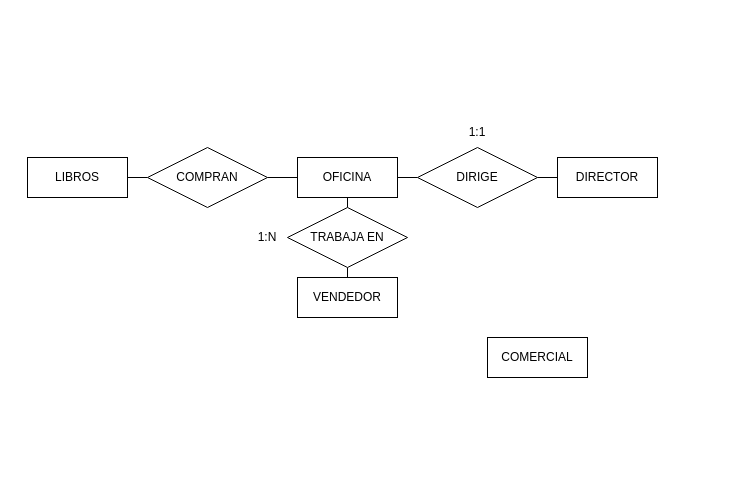
Above: Ejercicio5_Tema1.drawio in antonionavarro04/diagramas (draw.io), before the change. Source tidied: cells renumbered, new cells numbered last; positions are measured from the earlier drawing's top-left corner, leaving out a move shared by most shapes. Both pictures are drawn from the tidied source at 100%, with x=0, y=0 at pixel (27, 117).
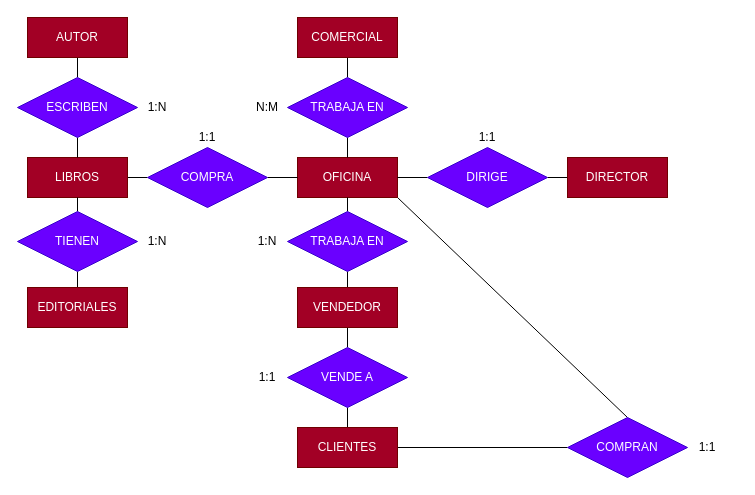
Above is the later version.

Change to the diagram source:
```diff
@@
+    <mxCell id="18" style="edgeStyle=none;rounded=0;jettySize=auto;html=1;exitX=1;exitY=1;exitDx=0;exitDy=0;entryX=0.5;entryY=0;entryDx=0;entryDy=0;endArrow=none;endFill=0;" parent="1" edge="1" source="2" target="40">
+      <mxGeometry relative="1" as="geometry" />
+    </mxCell>
-    <mxCell id="2" value="OFICINA" style="whiteSpace=wrap;html=1;align=center;" parent="1" vertex="1">
+    <mxCell id="2" value="OFICINA" style="whiteSpace=wrap;html=1;align=center;fillColor=#a20025;fontColor=#ffffff;strokeColor=#6F0000;" parent="1" vertex="1">
       <mxGeometry x="270" y="40" width="100" height="40" as="geometry" />
     </mxCell>
+    <mxCell id="19" style="edgeStyle=orthogonalEdgeStyle;rounded=0;jettySize=auto;html=1;exitX=0.5;exitY=1;exitDx=0;exitDy=0;entryX=0.5;entryY=0;entryDx=0;entryDy=0;endArrow=none;endFill=0;" parent="1" edge="1" source="3" target="30">
+      <mxGeometry relative="1" as="geometry" />
+    </mxCell>
-    <mxCell id="3" value="COMERCIAL" style="whiteSpace=wrap;html=1;align=center;" parent="1" vertex="1">
-      <mxGeometry x="460" y="220" width="100" height="40" as="geometry" />
+    <mxCell id="3" value="COMERCIAL" style="whiteSpace=wrap;html=1;align=center;fillColor=#a20025;fontColor=#ffffff;strokeColor=#6F0000;" parent="1" vertex="1">
+      <mxGeometry x="270" y="-100" width="100" height="40" as="geometry" />
     </mxCell>
@@
-    <mxCell id="5" value="DIRECTOR" style="whiteSpace=wrap;html=1;align=center;" parent="1" vertex="1">
-      <mxGeometry x="530" y="40" width="100" height="40" as="geometry" />
+    <mxCell id="5" value="DIRECTOR" style="whiteSpace=wrap;html=1;align=center;fillColor=#a20025;fontColor=#ffffff;strokeColor=#6F0000;" parent="1" vertex="1">
+      <mxGeometry x="540" y="40" width="100" height="40" as="geometry" />
     </mxCell>
@@
+    <mxCell id="20" style="edgeStyle=orthogonalEdgeStyle;rounded=0;jettySize=auto;html=1;exitX=0.5;exitY=1;exitDx=0;exitDy=0;entryX=0.5;entryY=0;entryDx=0;entryDy=0;endArrow=none;endFill=0;" parent="1" edge="1" source="7" target="26">
+      <mxGeometry relative="1" as="geometry" />
+    </mxCell>
-    <mxCell id="7" value="VENDEDOR" style="whiteSpace=wrap;html=1;align=center;" parent="1" vertex="1">
-      <mxGeometry x="270" y="160" width="100" height="40" as="geometry" />
+    <mxCell id="7" value="VENDEDOR" style="whiteSpace=wrap;html=1;align=center;fillColor=#a20025;fontColor=#ffffff;strokeColor=#6F0000;" parent="1" vertex="1">
+      <mxGeometry x="270" y="170" width="100" height="40" as="geometry" />
     </mxCell>
@@
-    <mxCell id="9" value="DIRIGE" style="shape=rhombus;perimeter=rhombusPerimeter;whiteSpace=wrap;html=1;align=center;" parent="1" vertex="1">
-      <mxGeometry x="390" y="30" width="120" height="60" as="geometry" />
+    <mxCell id="9" value="DIRIGE" style="shape=rhombus;perimeter=rhombusPerimeter;whiteSpace=wrap;html=1;align=center;fillColor=#6a00ff;fontColor=#ffffff;strokeColor=#3700CC;" parent="1" vertex="1">
+      <mxGeometry x="400" y="30" width="120" height="60" as="geometry" />
     </mxCell>
     <mxCell id="10" value="1:1" style="text;html=1;strokeColor=none;fillColor=none;align=center;verticalAlign=middle;whiteSpace=wrap;rounded=0;" parent="1" vertex="1">
-      <mxGeometry x="420" width="60" height="30" as="geometry" />
+      <mxGeometry x="430" y="5" width="60" height="30" as="geometry" />
     </mxCell>
@@
-    <mxCell id="12" value="TRABAJA EN" style="shape=rhombus;perimeter=rhombusPerimeter;whiteSpace=wrap;html=1;align=center;" parent="1" vertex="1">
-      <mxGeometry x="260" y="90" width="120" height="60" as="geometry" />
+    <mxCell id="12" value="TRABAJA EN" style="shape=rhombus;perimeter=rhombusPerimeter;whiteSpace=wrap;html=1;align=center;fillColor=#6a00ff;fontColor=#ffffff;strokeColor=#3700CC;" parent="1" vertex="1">
+      <mxGeometry x="260" y="94" width="120" height="60" as="geometry" />
     </mxCell>
     <mxCell id="13" value="1:N" style="text;html=1;strokeColor=none;fillColor=none;align=center;verticalAlign=middle;whiteSpace=wrap;rounded=0;" parent="1" vertex="1">
-      <mxGeometry x="210" y="105" width="60" height="30" as="geometry" />
+      <mxGeometry x="210" y="109" width="60" height="30" as="geometry" />
     </mxCell>
@@
-    <mxCell id="15" value="LIBROS" style="whiteSpace=wrap;html=1;align=center;" parent="1" vertex="1">
+    <mxCell id="15" value="LIBROS" style="whiteSpace=wrap;html=1;align=center;fillColor=#a20025;fontColor=#ffffff;strokeColor=#6F0000;" parent="1" vertex="1">
       <mxGeometry y="40" width="100" height="40" as="geometry" />
     </mxCell>
@@
-    <mxCell id="17" value="COMPRAN" style="shape=rhombus;perimeter=rhombusPerimeter;whiteSpace=wrap;html=1;align=center;" parent="1" vertex="1">
+    <mxCell id="17" value="COMPRA" style="shape=rhombus;perimeter=rhombusPerimeter;whiteSpace=wrap;html=1;align=center;fillColor=#6a00ff;fontColor=#ffffff;strokeColor=#3700CC;" parent="1" vertex="1">
       <mxGeometry x="120" y="30" width="120" height="60" as="geometry" />
     </mxCell>
+    <mxCell id="21" style="edgeStyle=orthogonalEdgeStyle;rounded=0;jettySize=auto;html=1;exitX=0.5;exitY=0;exitDx=0;exitDy=0;entryX=0.5;entryY=1;entryDx=0;entryDy=0;endArrow=none;endFill=0;" parent="1" edge="1" source="22" target="24">
+      <mxGeometry relative="1" as="geometry" />
+    </mxCell>
+    <mxCell id="22" value="EDITORIALES" style="whiteSpace=wrap;html=1;align=center;fillColor=#a20025;fontColor=#ffffff;strokeColor=#6F0000;" parent="1" vertex="1">
+      <mxGeometry y="170" width="100" height="40" as="geometry" />
+    </mxCell>
+    <mxCell id="23" style="edgeStyle=orthogonalEdgeStyle;rounded=0;jettySize=auto;html=1;exitX=0.5;exitY=0;exitDx=0;exitDy=0;entryX=0.5;entryY=1;entryDx=0;entryDy=0;endArrow=none;endFill=0;" parent="1" edge="1" source="24" target="15">
+      <mxGeometry relative="1" as="geometry" />
+    </mxCell>
+    <mxCell id="24" value="TIENEN" style="shape=rhombus;perimeter=rhombusPerimeter;whiteSpace=wrap;html=1;align=center;fillColor=#6a00ff;fontColor=#ffffff;strokeColor=#3700CC;" parent="1" vertex="1">
+      <mxGeometry x="-10" y="94" width="120" height="60" as="geometry" />
+    </mxCell>
+    <mxCell id="25" style="edgeStyle=orthogonalEdgeStyle;rounded=0;jettySize=auto;html=1;exitX=0.5;exitY=1;exitDx=0;exitDy=0;entryX=0.5;entryY=0;entryDx=0;entryDy=0;endArrow=none;endFill=0;" parent="1" edge="1" source="26" target="28">
+      <mxGeometry relative="1" as="geometry" />
+    </mxCell>
+    <mxCell id="26" value="VENDE A" style="shape=rhombus;perimeter=rhombusPerimeter;whiteSpace=wrap;html=1;align=center;fillColor=#6a00ff;fontColor=#ffffff;strokeColor=#3700CC;" parent="1" vertex="1">
+      <mxGeometry x="260" y="230" width="120" height="60" as="geometry" />
+    </mxCell>
+    <mxCell id="27" style="edgeStyle=none;rounded=0;jettySize=auto;html=1;exitX=1;exitY=0.5;exitDx=0;exitDy=0;entryX=0;entryY=0.5;entryDx=0;entryDy=0;endArrow=none;endFill=0;" parent="1" edge="1" source="28" target="40">
+      <mxGeometry relative="1" as="geometry" />
+    </mxCell>
+    <mxCell id="28" value="CLIENTES" style="whiteSpace=wrap;html=1;align=center;fillColor=#a20025;fontColor=#ffffff;strokeColor=#6F0000;" parent="1" vertex="1">
+      <mxGeometry x="270" y="310" width="100" height="40" as="geometry" />
+    </mxCell>
+    <mxCell id="29" style="edgeStyle=orthogonalEdgeStyle;rounded=0;jettySize=auto;html=1;exitX=0.5;exitY=1;exitDx=0;exitDy=0;entryX=0.5;entryY=0;entryDx=0;entryDy=0;endArrow=none;endFill=0;" parent="1" edge="1" source="30" target="2">
+      <mxGeometry relative="1" as="geometry" />
+    </mxCell>
+    <mxCell id="30" value="TRABAJA EN" style="shape=rhombus;perimeter=rhombusPerimeter;whiteSpace=wrap;html=1;align=center;fillColor=#6a00ff;fontColor=#ffffff;strokeColor=#3700CC;" parent="1" vertex="1">
+      <mxGeometry x="260" y="-40" width="120" height="60" as="geometry" />
+    </mxCell>
+    <mxCell id="31" value="N:M" style="text;html=1;strokeColor=none;fillColor=none;align=center;verticalAlign=middle;whiteSpace=wrap;rounded=0;" parent="1" vertex="1">
+      <mxGeometry x="210" y="-25" width="60" height="30" as="geometry" />
+    </mxCell>
+    <mxCell id="32" style="edgeStyle=none;rounded=0;jettySize=auto;html=1;exitX=0.5;exitY=1;exitDx=0;exitDy=0;entryX=0.5;entryY=0;entryDx=0;entryDy=0;endArrow=none;endFill=0;" parent="1" edge="1" source="33" target="35">
+      <mxGeometry relative="1" as="geometry" />
+    </mxCell>
+    <mxCell id="33" value="AUTOR" style="whiteSpace=wrap;html=1;align=center;fillColor=#a20025;fontColor=#ffffff;strokeColor=#6F0000;" parent="1" vertex="1">
+      <mxGeometry y="-100" width="100" height="40" as="geometry" />
+    </mxCell>
+    <mxCell id="34" style="edgeStyle=none;rounded=0;jettySize=auto;html=1;exitX=0.5;exitY=1;exitDx=0;exitDy=0;entryX=0.5;entryY=0;entryDx=0;entryDy=0;endArrow=none;endFill=0;" parent="1" edge="1" source="35" target="15">
+      <mxGeometry relative="1" as="geometry" />
+    </mxCell>
+    <mxCell id="35" value="ESCRIBEN" style="shape=rhombus;perimeter=rhombusPerimeter;whiteSpace=wrap;html=1;align=center;fillColor=#6a00ff;fontColor=#ffffff;strokeColor=#3700CC;" parent="1" vertex="1">
+      <mxGeometry x="-10" y="-40" width="120" height="60" as="geometry" />
+    </mxCell>
+    <mxCell id="36" value="1:N" style="text;html=1;strokeColor=none;fillColor=none;align=center;verticalAlign=middle;whiteSpace=wrap;rounded=0;" parent="1" vertex="1">
+      <mxGeometry x="100" y="109" width="60" height="30" as="geometry" />
+    </mxCell>
+    <mxCell id="37" value="1:1" style="text;html=1;strokeColor=none;fillColor=none;align=center;verticalAlign=middle;whiteSpace=wrap;rounded=0;" parent="1" vertex="1">
+      <mxGeometry x="150" y="5" width="60" height="30" as="geometry" />
+    </mxCell>
+    <mxCell id="38" value="1:N" style="text;html=1;strokeColor=none;fillColor=none;align=center;verticalAlign=middle;whiteSpace=wrap;rounded=0;" parent="1" vertex="1">
+      <mxGeometry x="100" y="-25" width="60" height="30" as="geometry" />
+    </mxCell>
+    <mxCell id="39" value="1:1" style="text;html=1;strokeColor=none;fillColor=none;align=center;verticalAlign=middle;whiteSpace=wrap;rounded=0;" parent="1" vertex="1">
+      <mxGeometry x="210" y="245" width="60" height="30" as="geometry" />
+    </mxCell>
+    <mxCell id="40" value="COMPRAN" style="shape=rhombus;perimeter=rhombusPerimeter;whiteSpace=wrap;html=1;align=center;fillColor=#6a00ff;fontColor=#ffffff;strokeColor=#3700CC;" parent="1" vertex="1">
+      <mxGeometry x="540" y="300" width="120" height="60" as="geometry" />
+    </mxCell>
+    <mxCell id="41" value="1:1" style="text;html=1;strokeColor=none;fillColor=none;align=center;verticalAlign=middle;whiteSpace=wrap;rounded=0;" parent="1" vertex="1">
+      <mxGeometry x="650" y="315" width="60" height="30" as="geometry" />
+    </mxCell>
```
